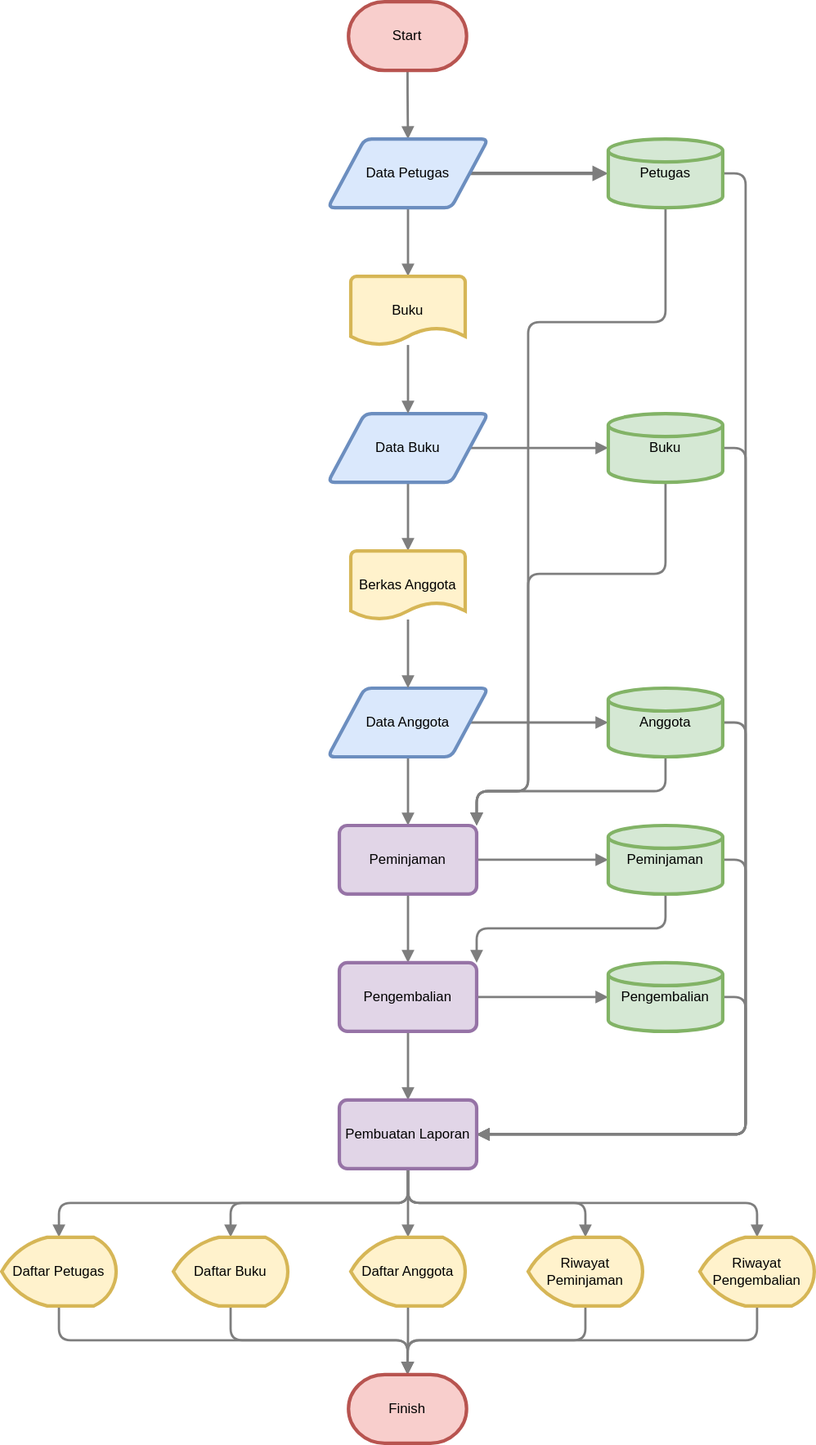
Earlier version of the draw.io export flowchart-sistem--sisfo-perpustakaan.drawio.svg (fauzan-radji/diagrams). Source tidied: cells renumbered, new cells last; positions are measured from the earlier drawing's top-left corner, leaving out a move shared by most shapes.
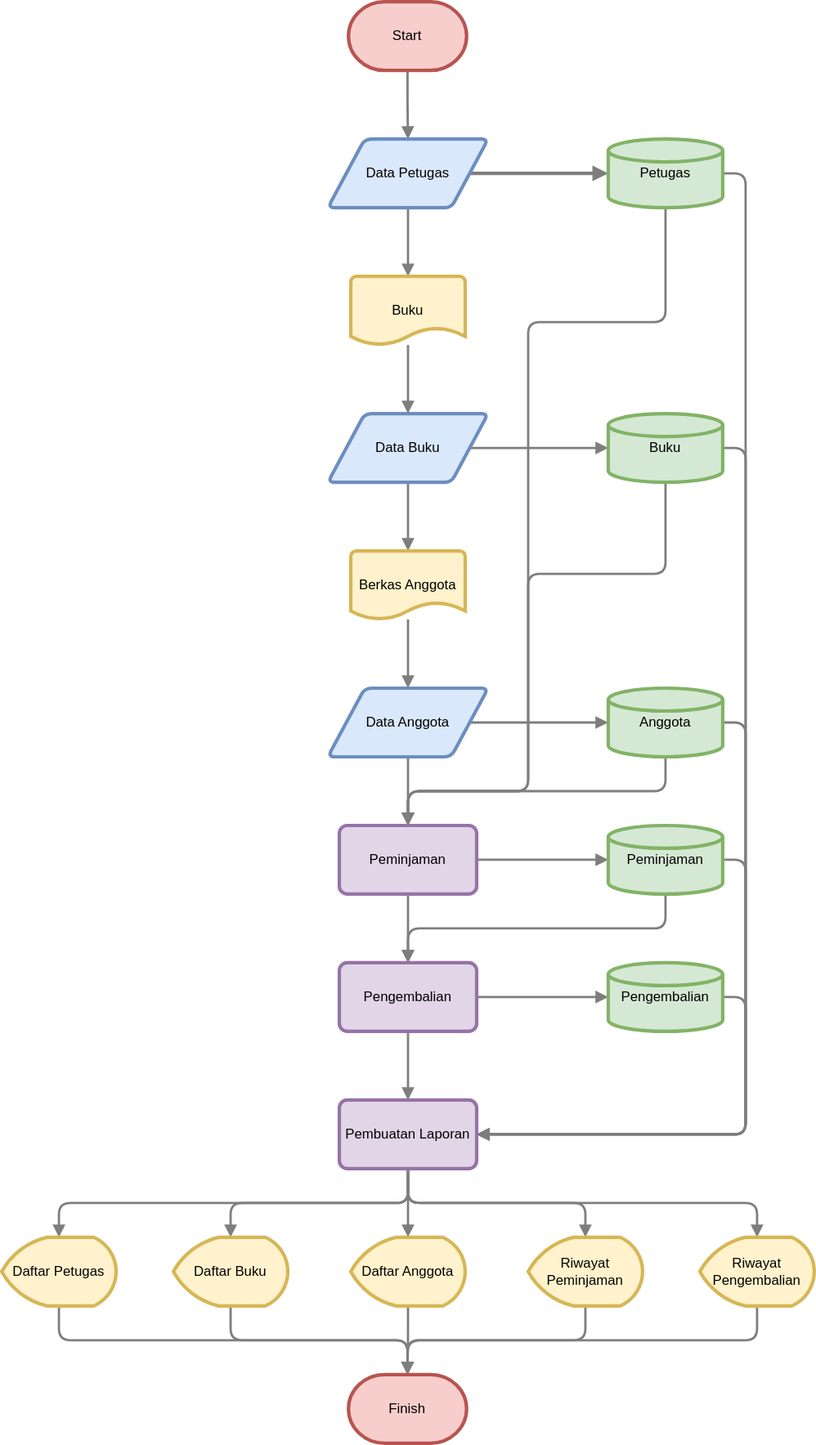
Later version of the same file.

Commit message:
Update flowchart-sistem--sisfo-perpustakaan.drawio.svg: A lil bit change

Change to the diagram source:
```diff
@@ -17,13 +17,13 @@
     <mxCell id="6" value="Data Petugas" style="shape=parallelogram;html=1;strokeWidth=3;perimeter=parallelogramPerimeter;whiteSpace=wrap;rounded=1;arcSize=12;size=0.23;sketch=0;strokeColor=#6c8ebf;fillColor=#dae8fc;" parent="1" vertex="1">
       <mxGeometry x="285" y="120" width="140" height="60" as="geometry" />
     </mxCell>
-    <mxCell id="7" style="edgeStyle=orthogonalEdgeStyle;curved=0;rounded=1;sketch=0;jettySize=auto;html=1;entryX=1;entryY=0;entryDx=0;entryDy=0;fontColor=#000;endArrow=block;endFill=1;strokeColor=#7e7e7e;strokeWidth=2;exitX=0.5;exitY=1;exitDx=0;exitDy=0;exitPerimeter=0;" parent="1" edge="1" source="9" target="28">
+    <mxCell id="7" style="edgeStyle=orthogonalEdgeStyle;curved=0;rounded=1;sketch=0;jettySize=auto;html=1;entryX=0.5;entryY=0;entryDx=0;entryDy=0;fontColor=#000;endArrow=block;endFill=1;strokeColor=#7e7e7e;strokeWidth=2;exitX=0.5;exitY=1;exitDx=0;exitDy=0;exitPerimeter=0;" parent="1" edge="1" source="9" target="28">
       <mxGeometry relative="1" as="geometry">
         <Array as="points">
           <mxPoint x="580" y="280" />
           <mxPoint x="460" y="280" />
           <mxPoint x="460" y="690" />
-          <mxPoint x="415" y="690" />
+          <mxPoint x="355" y="690" />
         </Array>
       </mxGeometry>
     </mxCell>
@@ -42,13 +42,13 @@
     <mxCell id="12" value="Data Buku" style="shape=parallelogram;html=1;strokeWidth=3;perimeter=parallelogramPerimeter;whiteSpace=wrap;rounded=1;arcSize=12;size=0.23;sketch=0;strokeColor=#6c8ebf;fillColor=#dae8fc;" parent="1" vertex="1">
       <mxGeometry x="285" y="360" width="140" height="60" as="geometry" />
     </mxCell>
-    <mxCell id="13" style="edgeStyle=orthogonalEdgeStyle;curved=0;rounded=1;sketch=0;jettySize=auto;html=1;entryX=1;entryY=0;entryDx=0;entryDy=0;fontColor=#000;endArrow=block;endFill=1;strokeColor=#7e7e7e;strokeWidth=2;exitX=0.5;exitY=1;exitDx=0;exitDy=0;exitPerimeter=0;" parent="1" edge="1" source="15" target="28">
+    <mxCell id="13" style="edgeStyle=orthogonalEdgeStyle;curved=0;rounded=1;sketch=0;jettySize=auto;html=1;entryX=0.5;entryY=0;entryDx=0;entryDy=0;fontColor=#000;endArrow=block;endFill=1;strokeColor=#7e7e7e;strokeWidth=2;exitX=0.5;exitY=1;exitDx=0;exitDy=0;exitPerimeter=0;" parent="1" edge="1" source="15" target="28">
       <mxGeometry relative="1" as="geometry">
         <Array as="points">
           <mxPoint x="580" y="500" />
           <mxPoint x="460" y="500" />
           <mxPoint x="460" y="690" />
-          <mxPoint x="415" y="690" />
+          <mxPoint x="355" y="690" />
         </Array>
       </mxGeometry>
     </mxCell>
@@ -73,17 +73,12 @@
     <mxCell id="20" value="Data Anggota" style="shape=parallelogram;html=1;strokeWidth=3;perimeter=parallelogramPerimeter;whiteSpace=wrap;rounded=1;arcSize=12;size=0.23;sketch=0;strokeColor=#6c8ebf;fillColor=#dae8fc;" parent="1" vertex="1">
       <mxGeometry x="285" y="600" width="140" height="60" as="geometry" />
     </mxCell>
+    <mxCell id="22" style="edgeStyle=orthogonalEdgeStyle;curved=0;rounded=1;sketch=0;jettySize=auto;html=1;entryX=1;entryY=0.5;entryDx=0;entryDy=0;fontColor=#000;endArrow=block;endFill=1;strokeColor=#7e7e7e;strokeWidth=2;exitX=1;exitY=0.5;exitDx=0;exitDy=0;exitPerimeter=0;" parent="1" edge="1" source="23" target="42">
+      <mxGeometry relative="1" as="geometry" />
+    </mxCell>
-    <mxCell id="21" style="edgeStyle=orthogonalEdgeStyle;curved=0;rounded=1;sketch=0;jettySize=auto;html=1;entryX=1;entryY=0;entryDx=0;entryDy=0;fontColor=#000;endArrow=block;endFill=1;strokeColor=#7e7e7e;strokeWidth=2;exitX=0.5;exitY=1;exitDx=0;exitDy=0;exitPerimeter=0;" parent="1" edge="1" source="23" target="28">
-      <mxGeometry relative="1" as="geometry">
-        <Array as="points">
-          <mxPoint x="580" y="690" />
-          <mxPoint x="415" y="690" />
-        </Array>
-      </mxGeometry>
+    <mxCell id="21" style="edgeStyle=orthogonalEdgeStyle;curved=0;rounded=1;sketch=0;jettySize=auto;html=1;entryX=0.5;entryY=0;entryDx=0;entryDy=0;fontColor=#000;endArrow=block;endFill=1;strokeColor=#7e7e7e;strokeWidth=2;exitX=0.5;exitY=1;exitDx=0;exitDy=0;exitPerimeter=0;" parent="1" edge="1" source="23" target="28">
+      <mxGeometry relative="1" as="geometry" />
     </mxCell>
-    <mxCell id="22" style="edgeStyle=orthogonalEdgeStyle;curved=0;rounded=1;sketch=0;jettySize=auto;html=1;entryX=1;entryY=0.5;entryDx=0;entryDy=0;fontColor=#000;endArrow=block;endFill=1;strokeColor=#7e7e7e;strokeWidth=2;exitX=1;exitY=0.5;exitDx=0;exitDy=0;exitPerimeter=0;" parent="1" edge="1" source="23" target="42">
-      <mxGeometry relative="1" as="geometry" />
-    </mxCell>
     <mxCell id="23" value="Anggota" style="strokeWidth=3;html=1;shape=mxgraph.flowchart.database;whiteSpace=wrap;rounded=0;labelBackgroundColor=none;labelBorderColor=none;sketch=0;strokeColor=#82b366;perimeterSpacing=0;fillColor=#d5e8d4;" parent="1" vertex="1">
       <mxGeometry x="530" y="600" width="100" height="60" as="geometry" />
     </mxCell>
@@ -102,7 +97,7 @@
     <mxCell id="28" value="Peminjaman" style="rounded=1;whiteSpace=wrap;html=1;absoluteArcSize=1;arcSize=14;strokeWidth=3;labelBackgroundColor=none;labelBorderColor=none;sketch=0;fillColor=#e1d5e7;strokeColor=#9673a6;fontColor=#000;" parent="1" vertex="1">
       <mxGeometry x="295" y="720" width="120" height="60" as="geometry" />
     </mxCell>
-    <mxCell id="29" style="edgeStyle=orthogonalEdgeStyle;curved=0;rounded=1;sketch=0;jettySize=auto;html=1;entryX=1;entryY=0;entryDx=0;entryDy=0;fontColor=#000;endArrow=block;endFill=1;strokeColor=#7e7e7e;strokeWidth=2;exitX=0.5;exitY=1;exitDx=0;exitDy=0;exitPerimeter=0;" parent="1" edge="1" source="31" target="34">
+    <mxCell id="29" style="edgeStyle=orthogonalEdgeStyle;curved=0;rounded=1;sketch=0;jettySize=auto;html=1;entryX=0.5;entryY=0;entryDx=0;entryDy=0;fontColor=#000;endArrow=block;endFill=1;strokeColor=#7e7e7e;strokeWidth=2;exitX=0.5;exitY=1;exitDx=0;exitDy=0;exitPerimeter=0;" parent="1" edge="1" source="31" target="34">
       <mxGeometry relative="1" as="geometry" />
     </mxCell>
     <mxCell id="30" style="edgeStyle=orthogonalEdgeStyle;curved=0;rounded=1;sketch=0;jettySize=auto;html=1;entryX=1;entryY=0.5;entryDx=0;entryDy=0;fontColor=#000;endArrow=block;endFill=1;strokeColor=#7e7e7e;strokeWidth=2;exitX=1;exitY=0.5;exitDx=0;exitDy=0;exitPerimeter=0;" parent="1" edge="1" source="31" target="42">
```
